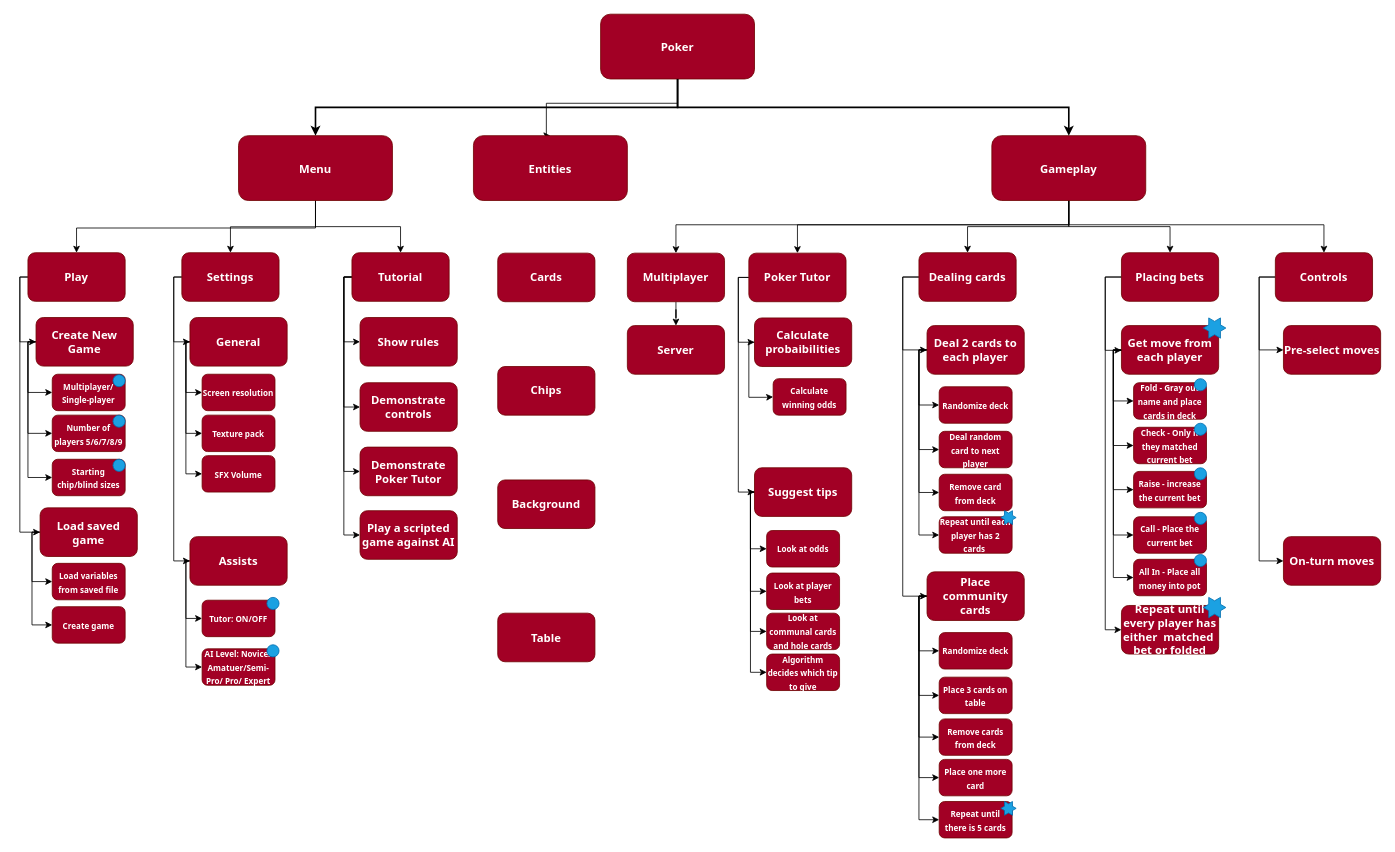
The draw.io diagram Project/Decomposition.drawio in avishnoi12/A-Level-Project, before the edit. Source tidied: cells renumbered, new cells numbered last; positions are measured from the earlier drawing's top-left corner, leaving out a move shared by most shapes. Both pictures are drawn from the tidied source at 81%, with x=0, y=0 at pixel (19, 14).
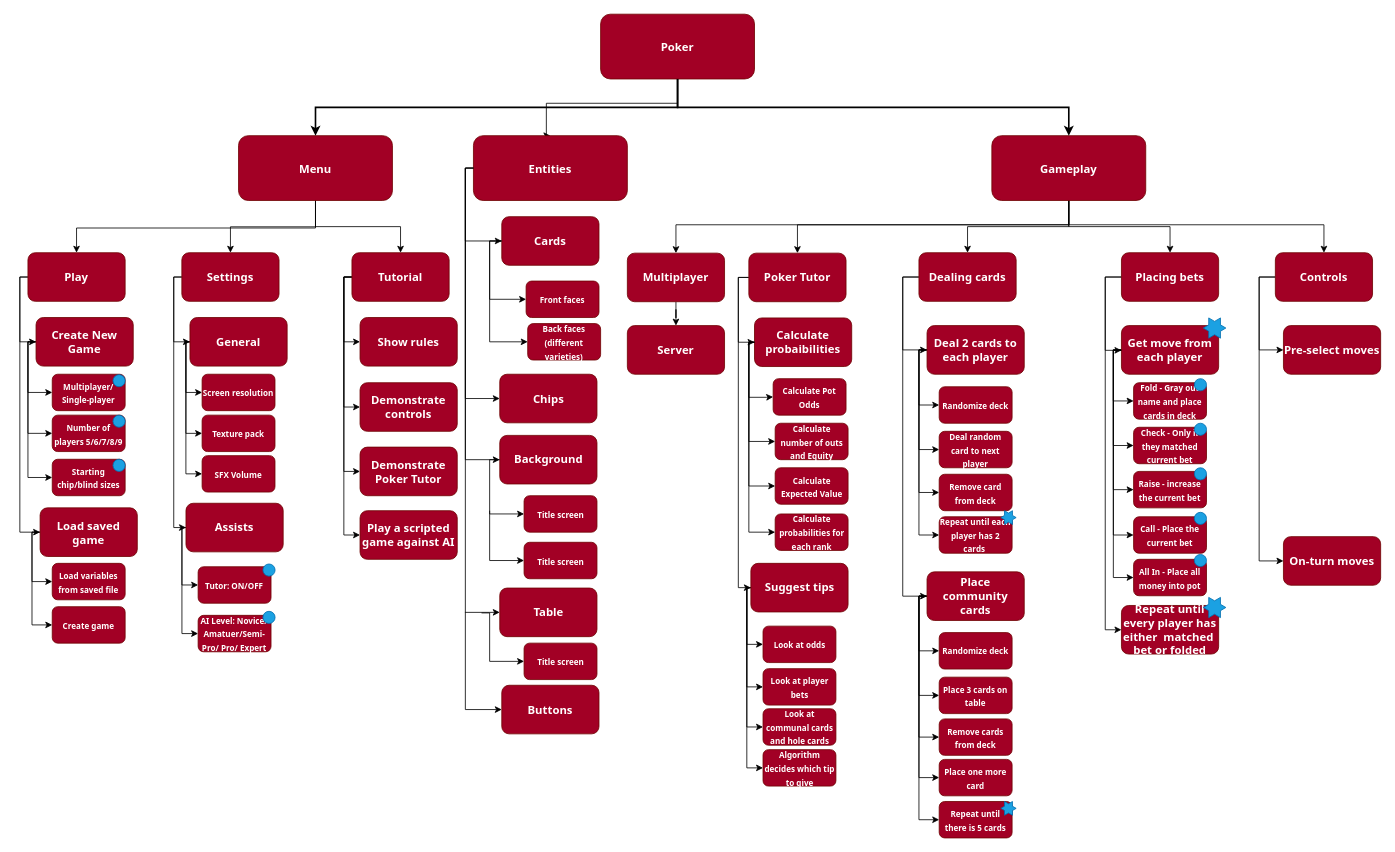
Above is the later version.

The change refers to these unchanged cells:
```xml
<mxCell id="34" value="Settings" style="whiteSpace=wrap;html=1;rounded=1;fontFamily=Tahoma;fontSize=14;fontColor=#ffffff;fontStyle=1;strokeColor=#6F0000;fillColor=#a20025;" parent="1" vertex="1">
  <mxGeometry x="200" y="294.5" width="120" height="60" as="geometry" />
</mxCell>
<mxCell id="71" value="Poker Tutor" style="whiteSpace=wrap;html=1;rounded=1;fontFamily=Tahoma;fontSize=14;fontColor=#ffffff;fontStyle=1;strokeColor=#6F0000;fillColor=#a20025;" parent="1" vertex="1">
  <mxGeometry x="900" y="295" width="120" height="60" as="geometry" />
</mxCell>
<mxCell id="73" value="Calculate probaibilities" style="whiteSpace=wrap;html=1;rounded=1;fontFamily=Tahoma;fontSize=14;fontColor=#ffffff;fontStyle=1;strokeColor=#6F0000;fillColor=#a20025;" parent="1" vertex="1">
  <mxGeometry x="907" y="375" width="120" height="60" as="geometry" />
</mxCell>
<mxCell id="126" value="Entities" style="rounded=1;fillColor=#a20025;strokeColor=#6F0000;fontColor=#ffffff;fontStyle=1;fontFamily=Tahoma;fontSize=14;" parent="1" vertex="1">
  <mxGeometry x="560" y="150" width="190" height="80" as="geometry" />
</mxCell>
```

Diff of the diagram source:
```diff
@@
     <mxCell id="33" style="edgeStyle=orthogonalEdgeStyle;rounded=0;jettySize=auto;html=1;entryX=0;entryY=0.5;entryDx=0;entryDy=0;" parent="1" edge="1" source="34" target="56">
       <mxGeometry relative="1" as="geometry">
         <Array as="points">
           <mxPoint x="190" y="325" />
-          <mxPoint x="190" y="675" />
+          <mxPoint x="190" y="634" />
+          <mxPoint x="205" y="634" />
         </Array>
       </mxGeometry>
     </mxCell>
@@
     <mxCell id="54" style="edgeStyle=orthogonalEdgeStyle;rounded=0;jettySize=auto;html=1;entryX=0;entryY=0.5;entryDx=0;entryDy=0;" parent="1" edge="1" source="56" target="93">
       <mxGeometry relative="1" as="geometry">
         <Array as="points">
-          <mxPoint x="205" y="675" />
-          <mxPoint x="205" y="746" />
+          <mxPoint x="200.1" y="633.8" />
+          <mxPoint x="200.1" y="704.8" />
         </Array>
       </mxGeometry>
     </mxCell>
     <mxCell id="55" style="edgeStyle=orthogonalEdgeStyle;rounded=0;jettySize=auto;html=1;entryX=0;entryY=0.5;entryDx=0;entryDy=0;" parent="1" edge="1" source="56" target="94">
       <mxGeometry relative="1" as="geometry">
         <Array as="points">
-          <mxPoint x="205" y="675" />
-          <mxPoint x="205" y="806" />
+          <mxPoint x="200.1" y="633.8" />
+          <mxPoint x="200.1" y="764.8" />
         </Array>
       </mxGeometry>
     </mxCell>
     <mxCell id="56" value="Assists" style="whiteSpace=wrap;html=1;rounded=1;fontFamily=Tahoma;fontSize=14;fontColor=#ffffff;fontStyle=1;strokeColor=#6F0000;fillColor=#a20025;" parent="1" vertex="1">
-      <mxGeometry x="210" y="645" width="120" height="60" as="geometry" />
+      <mxGeometry x="205.1" y="603.8" width="120" height="60" as="geometry" />
     </mxCell>
@@
     <mxCell id="70" style="edgeStyle=orthogonalEdgeStyle;rounded=0;jettySize=auto;html=1;entryX=0;entryY=0.5;entryDx=0;entryDy=0;" parent="1" edge="1" source="71" target="78">
       <mxGeometry relative="1" as="geometry">
         <Array as="points">
           <mxPoint x="887" y="325" />
-          <mxPoint x="887" y="590" />
+          <mxPoint x="887" y="708" />
         </Array>
       </mxGeometry>
     </mxCell>
@@
     <mxCell id="74" style="edgeStyle=orthogonalEdgeStyle;rounded=0;jettySize=auto;html=1;entryX=0;entryY=0.5;entryDx=0;entryDy=0;" parent="1" edge="1" source="78" target="89">
       <mxGeometry relative="1" as="geometry">
         <Array as="points">
-          <mxPoint x="902" y="590" />
-          <mxPoint x="902" y="660" />
+          <mxPoint x="897.5" y="708" />
+          <mxPoint x="897.5" y="778" />
         </Array>
       </mxGeometry>
     </mxCell>
     <mxCell id="75" style="edgeStyle=orthogonalEdgeStyle;rounded=0;jettySize=auto;html=1;entryX=0;entryY=0.5;entryDx=0;entryDy=0;" parent="1" edge="1" source="78" target="90">
       <mxGeometry relative="1" as="geometry">
         <Array as="points">
-          <mxPoint x="902" y="590" />
-          <mxPoint x="902" y="713" />
+          <mxPoint x="897.5" y="708" />
+          <mxPoint x="897.5" y="831" />
         </Array>
       </mxGeometry>
     </mxCell>
     <mxCell id="76" style="edgeStyle=orthogonalEdgeStyle;rounded=0;jettySize=auto;html=1;entryX=0;entryY=0.5;entryDx=0;entryDy=0;" parent="1" edge="1" source="78" target="91">
       <mxGeometry relative="1" as="geometry">
         <Array as="points">
-          <mxPoint x="902" y="590" />
-          <mxPoint x="902" y="813" />
+          <mxPoint x="897.5" y="708" />
+          <mxPoint x="897.5" y="931" />
         </Array>
       </mxGeometry>
     </mxCell>
     <mxCell id="77" style="edgeStyle=orthogonalEdgeStyle;rounded=0;jettySize=auto;html=1;entryX=0;entryY=0.5;entryDx=0;entryDy=0;exitX=0;exitY=0.5;exitDx=0;exitDy=0;" parent="1" edge="1" source="78" target="92">
       <mxGeometry relative="1" as="geometry">
         <Array as="points">
-          <mxPoint x="902" y="590" />
-          <mxPoint x="902" y="762" />
+          <mxPoint x="897.5" y="708" />
+          <mxPoint x="897.5" y="880" />
         </Array>
       </mxGeometry>
     </mxCell>
     <mxCell id="78" value="Suggest tips" style="whiteSpace=wrap;html=1;rounded=1;fontFamily=Tahoma;fontSize=14;fontColor=#ffffff;fontStyle=1;strokeColor=#6F0000;fillColor=#a20025;" parent="1" vertex="1">
-      <mxGeometry x="907" y="560" width="120" height="60" as="geometry" />
+      <mxGeometry x="902.5" y="678" width="120" height="60" as="geometry" />
     </mxCell>
-    <mxCell id="79" value="&lt;span style=&quot;font-size: 10px&quot;&gt;Calculate winning odds&lt;/span&gt;" style="whiteSpace=wrap;html=1;rounded=1;fontFamily=Tahoma;fontSize=14;fontColor=#ffffff;fontStyle=1;strokeColor=#6F0000;fillColor=#a20025;" parent="1" vertex="1">
+    <mxCell id="79" value="&lt;span style=&quot;font-size: 10px&quot;&gt;Calculate Pot Odds&lt;/span&gt;" style="whiteSpace=wrap;html=1;rounded=1;fontFamily=Tahoma;fontSize=14;fontColor=#ffffff;fontStyle=1;strokeColor=#6F0000;fillColor=#a20025;" parent="1" vertex="1">
       <mxGeometry x="930" y="450" width="90" height="45" as="geometry" />
     </mxCell>
@@
     <mxCell id="89" value="&lt;span style=&quot;font-size: 10px&quot;&gt;Look at odds&lt;/span&gt;" style="whiteSpace=wrap;html=1;rounded=1;fontFamily=Tahoma;fontSize=14;fontColor=#ffffff;fontStyle=1;strokeColor=#6F0000;fillColor=#a20025;" parent="1" vertex="1">
-      <mxGeometry x="922" y="637.5" width="90" height="45" as="geometry" />
+      <mxGeometry x="917.5" y="755.5" width="90" height="45" as="geometry" />
     </mxCell>
     <mxCell id="90" value="&lt;span style=&quot;font-size: 10px&quot;&gt;Look at player bets&lt;/span&gt;" style="whiteSpace=wrap;html=1;rounded=1;fontFamily=Tahoma;fontSize=14;fontColor=#ffffff;fontStyle=1;strokeColor=#6F0000;fillColor=#a20025;" parent="1" vertex="1">
-      <mxGeometry x="922" y="690" width="90" height="45" as="geometry" />
+      <mxGeometry x="917.5" y="808" width="90" height="45" as="geometry" />
     </mxCell>
     <mxCell id="91" value="&lt;span style=&quot;font-size: 10px&quot;&gt;Algorithm decides which tip to give&lt;/span&gt;" style="whiteSpace=wrap;html=1;rounded=1;fontFamily=Tahoma;fontSize=14;fontColor=#ffffff;fontStyle=1;strokeColor=#6F0000;fillColor=#a20025;" parent="1" vertex="1">
-      <mxGeometry x="922" y="790" width="90" height="45" as="geometry" />
+      <mxGeometry x="917.5" y="908" width="90" height="45" as="geometry" />
     </mxCell>
     <mxCell id="92" value="&lt;span style=&quot;font-size: 10px&quot;&gt;Look at communal cards and hole cards&lt;/span&gt;" style="whiteSpace=wrap;html=1;rounded=1;fontFamily=Tahoma;fontSize=14;fontColor=#ffffff;fontStyle=1;strokeColor=#6F0000;fillColor=#a20025;" parent="1" vertex="1">
-      <mxGeometry x="922" y="739.5" width="90" height="45" as="geometry" />
+      <mxGeometry x="917.5" y="857.5" width="90" height="45" as="geometry" />
     </mxCell>
     <mxCell id="93" value="&lt;span style=&quot;font-size: 10px&quot;&gt;Tutor: ON/OFF&lt;/span&gt;" style="whiteSpace=wrap;html=1;rounded=1;fontFamily=Tahoma;fontSize=14;fontColor=#ffffff;fontStyle=1;strokeColor=#6F0000;fillColor=#a20025;" parent="1" vertex="1">
-      <mxGeometry x="225" y="723.5" width="90" height="45" as="geometry" />
+      <mxGeometry x="220.1" y="682.2" width="90" height="45" as="geometry" />
     </mxCell>
     <mxCell id="94" value="&lt;span style=&quot;font-size: 10px&quot;&gt;AI Level: Novice/ Amatuer/Semi-Pro/ Pro/ Expert&lt;/span&gt;" style="whiteSpace=wrap;html=1;rounded=1;fontFamily=Tahoma;fontSize=14;fontColor=#ffffff;fontStyle=1;strokeColor=#6F0000;fillColor=#a20025;" parent="1" vertex="1">
-      <mxGeometry x="225" y="783.5" width="90" height="45" as="geometry" />
+      <mxGeometry x="220.1" y="742.2" width="90" height="45" as="geometry" />
     </mxCell>
@@
     <mxCell id="108" style="ellipse;whiteSpace=wrap;html=1;fillColor=#1ba1e2;strokeColor=#006EAF;fontColor=#ffffff;" parent="1" vertex="1">
-      <mxGeometry x="305" y="720" width="15" height="15" as="geometry" />
+      <mxGeometry x="300.1" y="678.8" width="15" height="15" as="geometry" />
     </mxCell>
     <mxCell id="109" style="ellipse;whiteSpace=wrap;html=1;fillColor=#1ba1e2;strokeColor=#006EAF;fontColor=#ffffff;" parent="1" vertex="1">
-      <mxGeometry x="305" y="778.5" width="15" height="15" as="geometry" />
+      <mxGeometry x="300.1" y="737.2" width="15" height="15" as="geometry" />
     </mxCell>
@@
     <mxCell id="127" value="Cards" style="whiteSpace=wrap;html=1;rounded=1;fontFamily=Tahoma;fontSize=14;fontColor=#ffffff;fontStyle=1;strokeColor=#6F0000;fillColor=#a20025;" parent="1" vertex="1">
-      <mxGeometry x="590" y="295" width="120" height="60" as="geometry" />
+      <mxGeometry x="595" y="250" width="120" height="60" as="geometry" />
     </mxCell>
@@
     <mxCell id="131" value="Chips" style="whiteSpace=wrap;html=1;rounded=1;fontFamily=Tahoma;fontSize=14;fontColor=#ffffff;fontStyle=1;strokeColor=#6F0000;fillColor=#a20025;" parent="1" vertex="1">
-      <mxGeometry x="590" y="435" width="120" height="60" as="geometry" />
+      <mxGeometry x="592.5" y="444.5" width="120" height="60" as="geometry" />
     </mxCell>
     <mxCell id="132" value="Background" style="whiteSpace=wrap;html=1;rounded=1;fontFamily=Tahoma;fontSize=14;fontColor=#ffffff;fontStyle=1;strokeColor=#6F0000;fillColor=#a20025;" parent="1" vertex="1">
-      <mxGeometry x="590" y="575" width="120" height="60" as="geometry" />
+      <mxGeometry x="592.5" y="520" width="120" height="60" as="geometry" />
     </mxCell>
     <mxCell id="133" value="Table" style="whiteSpace=wrap;html=1;rounded=1;fontFamily=Tahoma;fontSize=14;fontColor=#ffffff;fontStyle=1;strokeColor=#6F0000;fillColor=#a20025;" parent="1" vertex="1">
-      <mxGeometry x="590" y="739.5" width="120" height="60" as="geometry" />
+      <mxGeometry x="592.5" y="708.5" width="120" height="60" as="geometry" />
     </mxCell>
@@
+    <mxCell id="135" value="&lt;span style=&quot;font-size: 10px&quot;&gt;Calculate number of outs and Equity&lt;/span&gt;" style="whiteSpace=wrap;html=1;rounded=1;fontFamily=Tahoma;fontSize=14;fontColor=#ffffff;fontStyle=1;strokeColor=#6F0000;fillColor=#a20025;" parent="1" vertex="1">
+      <mxGeometry x="932.5" y="505" width="90" height="45" as="geometry" />
+    </mxCell>
+    <mxCell id="136" value="&lt;span style=&quot;font-size: 10px&quot;&gt;Calculate Expected Value&lt;/span&gt;" style="whiteSpace=wrap;html=1;rounded=1;fontFamily=Tahoma;fontSize=14;fontColor=#ffffff;fontStyle=1;strokeColor=#6F0000;fillColor=#a20025;" parent="1" vertex="1">
+      <mxGeometry x="932.5" y="560" width="90" height="45" as="geometry" />
+    </mxCell>
+    <mxCell id="137" style="edgeStyle=orthogonalEdgeStyle;rounded=0;jettySize=auto;html=1;exitX=0;exitY=0.5;exitDx=0;exitDy=0;entryX=0;entryY=0.5;entryDx=0;entryDy=0;" parent="1" edge="1" source="73" target="135">
+      <mxGeometry relative="1" as="geometry">
+        <Array as="points">
+          <mxPoint x="900" y="405" />
+          <mxPoint x="900" y="527" />
+        </Array>
+      </mxGeometry>
+    </mxCell>
+    <mxCell id="138" style="edgeStyle=orthogonalEdgeStyle;rounded=0;jettySize=auto;html=1;exitX=0;exitY=0.5;exitDx=0;exitDy=0;entryX=0;entryY=0.5;entryDx=0;entryDy=0;" parent="1" edge="1" source="73" target="136">
+      <mxGeometry relative="1" as="geometry">
+        <Array as="points">
+          <mxPoint x="900" y="405" />
+          <mxPoint x="900" y="583" />
+        </Array>
+      </mxGeometry>
+    </mxCell>
+    <mxCell id="139" value="&lt;span style=&quot;font-size: 10px&quot;&gt;Calculate probabilities for each rank&lt;/span&gt;" style="whiteSpace=wrap;html=1;rounded=1;fontFamily=Tahoma;fontSize=14;fontColor=#ffffff;fontStyle=1;strokeColor=#6F0000;fillColor=#a20025;" parent="1" vertex="1">
+      <mxGeometry x="932.5" y="617" width="90" height="45" as="geometry" />
+    </mxCell>
+    <mxCell id="140" style="edgeStyle=orthogonalEdgeStyle;rounded=0;jettySize=auto;html=1;exitX=0;exitY=0.5;exitDx=0;exitDy=0;entryX=0;entryY=0.5;entryDx=0;entryDy=0;" parent="1" edge="1" source="73" target="139">
+      <mxGeometry relative="1" as="geometry">
+        <Array as="points">
+          <mxPoint x="900" y="405" />
+          <mxPoint x="900" y="640" />
+          <mxPoint x="933" y="640" />
+        </Array>
+      </mxGeometry>
+    </mxCell>
+    <mxCell id="141" value="Buttons" style="whiteSpace=wrap;html=1;rounded=1;fontFamily=Tahoma;fontSize=14;fontColor=#ffffff;fontStyle=1;strokeColor=#6F0000;fillColor=#a20025;" parent="1" vertex="1">
+      <mxGeometry x="595" y="828.5" width="120" height="60" as="geometry" />
+    </mxCell>
+    <mxCell id="142" value="&lt;span style=&quot;font-size: 10px&quot;&gt;Front faces&lt;/span&gt;" style="whiteSpace=wrap;html=1;rounded=1;fontFamily=Tahoma;fontSize=14;fontColor=#ffffff;fontStyle=1;strokeColor=#6F0000;fillColor=#a20025;" parent="1" vertex="1">
+      <mxGeometry x="625" y="329.5" width="90" height="45" as="geometry" />
+    </mxCell>
+    <mxCell id="143" value="&lt;span style=&quot;font-size: 10px&quot;&gt;Back faces (different varieties)&lt;/span&gt;" style="whiteSpace=wrap;html=1;rounded=1;fontFamily=Tahoma;fontSize=14;fontColor=#ffffff;fontStyle=1;strokeColor=#6F0000;fillColor=#a20025;" parent="1" vertex="1">
+      <mxGeometry x="627" y="382" width="90" height="45" as="geometry" />
+    </mxCell>
+    <mxCell id="144" value="&lt;span style=&quot;font-size: 10px&quot;&gt;Title screen&lt;/span&gt;" style="whiteSpace=wrap;html=1;rounded=1;fontFamily=Tahoma;fontSize=14;fontColor=#ffffff;fontStyle=1;strokeColor=#6F0000;fillColor=#a20025;" parent="1" vertex="1">
+      <mxGeometry x="622.5" y="594.5" width="90" height="45" as="geometry" />
+    </mxCell>
+    <mxCell id="145" value="&lt;span style=&quot;font-size: 10px&quot;&gt;Title screen&lt;/span&gt;" style="whiteSpace=wrap;html=1;rounded=1;fontFamily=Tahoma;fontSize=14;fontColor=#ffffff;fontStyle=1;strokeColor=#6F0000;fillColor=#a20025;" parent="1" vertex="1">
+      <mxGeometry x="622.5" y="652" width="90" height="45" as="geometry" />
+    </mxCell>
+    <mxCell id="146" style="edgeStyle=orthogonalEdgeStyle;rounded=0;jettySize=auto;html=1;exitX=0;exitY=0.5;exitDx=0;exitDy=0;entryX=0;entryY=0.5;entryDx=0;entryDy=0;" parent="1" edge="1" source="127" target="142">
+      <mxGeometry relative="1" as="geometry">
+        <Array as="points">
+          <mxPoint x="580" y="280" />
+          <mxPoint x="580" y="352" />
+        </Array>
+      </mxGeometry>
+    </mxCell>
+    <mxCell id="147" style="edgeStyle=orthogonalEdgeStyle;rounded=0;jettySize=auto;html=1;exitX=0;exitY=0.5;exitDx=0;exitDy=0;entryX=0;entryY=0.5;entryDx=0;entryDy=0;" parent="1" edge="1" source="127" target="143">
+      <mxGeometry relative="1" as="geometry">
+        <Array as="points">
+          <mxPoint x="580" y="280" />
+          <mxPoint x="580" y="405" />
+        </Array>
+      </mxGeometry>
+    </mxCell>
+    <mxCell id="148" style="edgeStyle=orthogonalEdgeStyle;rounded=0;jettySize=auto;html=1;exitX=0;exitY=0.5;exitDx=0;exitDy=0;entryX=0;entryY=0.5;entryDx=0;entryDy=0;" parent="1" edge="1" source="126" target="131">
+      <mxGeometry relative="1" as="geometry">
+        <Array as="points">
+          <mxPoint x="550" y="190" />
+          <mxPoint x="550" y="475" />
+          <mxPoint x="593" y="475" />
+        </Array>
+      </mxGeometry>
+    </mxCell>
+    <mxCell id="149" style="edgeStyle=orthogonalEdgeStyle;rounded=0;jettySize=auto;html=1;exitX=0;exitY=0.5;exitDx=0;exitDy=0;entryX=0;entryY=0.5;entryDx=0;entryDy=0;" parent="1" edge="1" source="126" target="127">
+      <mxGeometry relative="1" as="geometry">
+        <Array as="points">
+          <mxPoint x="550" y="190" />
+          <mxPoint x="550" y="280" />
+        </Array>
+      </mxGeometry>
+    </mxCell>
+    <mxCell id="150" style="edgeStyle=orthogonalEdgeStyle;rounded=0;jettySize=auto;html=1;entryX=0;entryY=0.5;entryDx=0;entryDy=0;" parent="1" edge="1" target="132">
+      <mxGeometry relative="1" as="geometry">
+        <mxPoint x="550" y="190" as="sourcePoint" />
+        <Array as="points">
+          <mxPoint x="550" y="550" />
+        </Array>
+      </mxGeometry>
+    </mxCell>
+    <mxCell id="151" style="edgeStyle=orthogonalEdgeStyle;rounded=0;jettySize=auto;html=1;entryX=0;entryY=0.5;entryDx=0;entryDy=0;" parent="1" edge="1" target="133">
+      <mxGeometry relative="1" as="geometry">
+        <mxPoint x="560" y="190" as="sourcePoint" />
+        <Array as="points">
+          <mxPoint x="550" y="190" />
+          <mxPoint x="550" y="739" />
+        </Array>
+      </mxGeometry>
+    </mxCell>
+    <mxCell id="152" value="&lt;span style=&quot;font-size: 10px&quot;&gt;Title screen&lt;/span&gt;" style="whiteSpace=wrap;html=1;rounded=1;fontFamily=Tahoma;fontSize=14;fontColor=#ffffff;fontStyle=1;strokeColor=#6F0000;fillColor=#a20025;" parent="1" vertex="1">
+      <mxGeometry x="622.5" y="776.5" width="90" height="45" as="geometry" />
+    </mxCell>
+    <mxCell id="153" style="edgeStyle=orthogonalEdgeStyle;rounded=0;jettySize=auto;html=1;entryX=0;entryY=0.5;entryDx=0;entryDy=0;" parent="1" edge="1" target="141">
+      <mxGeometry relative="1" as="geometry">
+        <mxPoint x="550" y="738" as="sourcePoint" />
+        <Array as="points">
+          <mxPoint x="550" y="859" />
+        </Array>
+      </mxGeometry>
+    </mxCell>
+    <mxCell id="154" style="edgeStyle=orthogonalEdgeStyle;rounded=0;jettySize=auto;html=1;entryX=0;entryY=0.5;entryDx=0;entryDy=0;exitX=0;exitY=0.5;exitDx=0;exitDy=0;" parent="1" edge="1" source="132" target="144">
+      <mxGeometry relative="1" as="geometry">
+        <Array as="points">
+          <mxPoint x="580" y="550" />
+          <mxPoint x="580" y="617" />
+        </Array>
+      </mxGeometry>
+    </mxCell>
+    <mxCell id="155" style="edgeStyle=orthogonalEdgeStyle;rounded=0;jettySize=auto;html=1;entryX=0;entryY=0.5;entryDx=0;entryDy=0;" parent="1" edge="1" target="145">
+      <mxGeometry relative="1" as="geometry">
+        <mxPoint x="580" y="613" as="sourcePoint" />
+        <Array as="points">
+          <mxPoint x="580" y="613" />
+          <mxPoint x="580" y="675" />
+        </Array>
+      </mxGeometry>
+    </mxCell>
+    <mxCell id="156" style="edgeStyle=orthogonalEdgeStyle;rounded=0;jettySize=auto;html=1;entryX=0;entryY=0.5;entryDx=0;entryDy=0;" parent="1" edge="1" target="152">
+      <mxGeometry relative="1" as="geometry">
+        <mxPoint x="570" y="739.2" as="sourcePoint" />
+        <Array as="points">
+          <mxPoint x="580" y="739" />
+          <mxPoint x="580" y="799" />
+        </Array>
+      </mxGeometry>
+    </mxCell>
```
